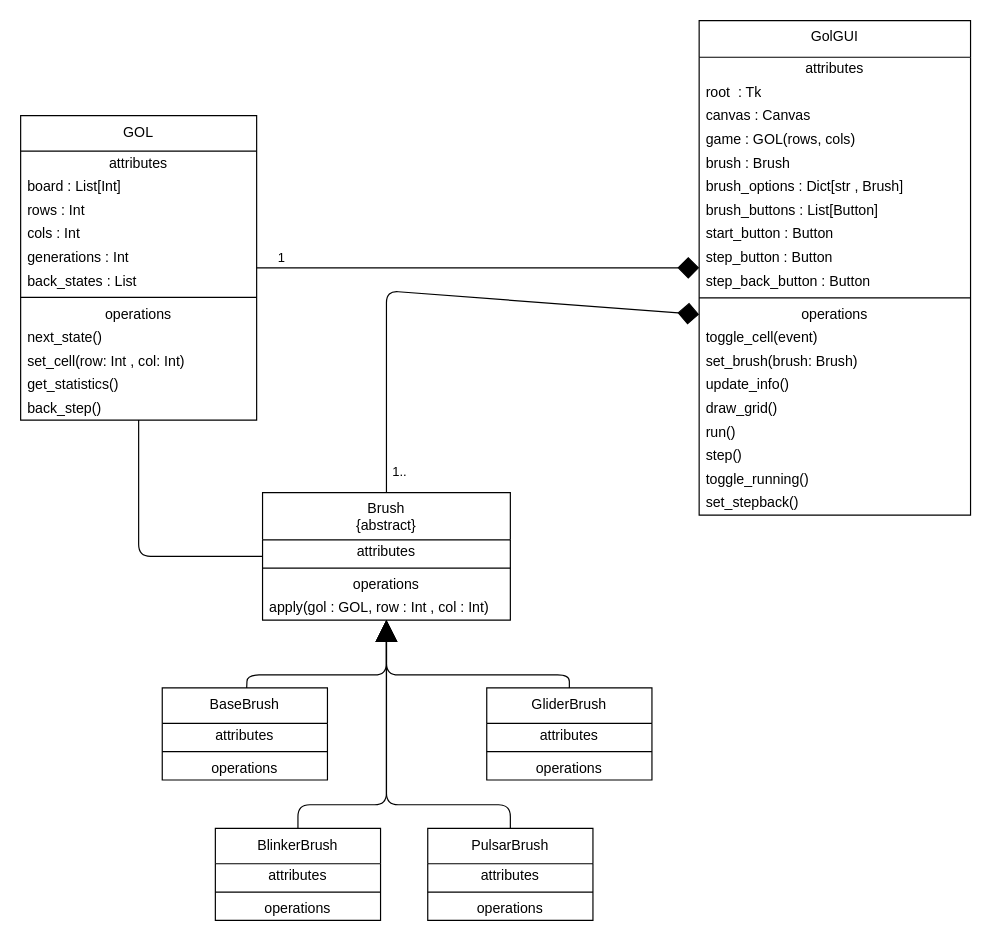
This is structure.drawio from Bence0208/Game_of_life, a draw.io file, before an edit. Source tidied: cells renumbered, new cells numbered last; positions are measured from the earlier drawing's top-left corner, leaving out a move shared by most shapes. Both pictures are drawn from the tidied source at 118%, with x=0, y=0 at pixel (20, 20).
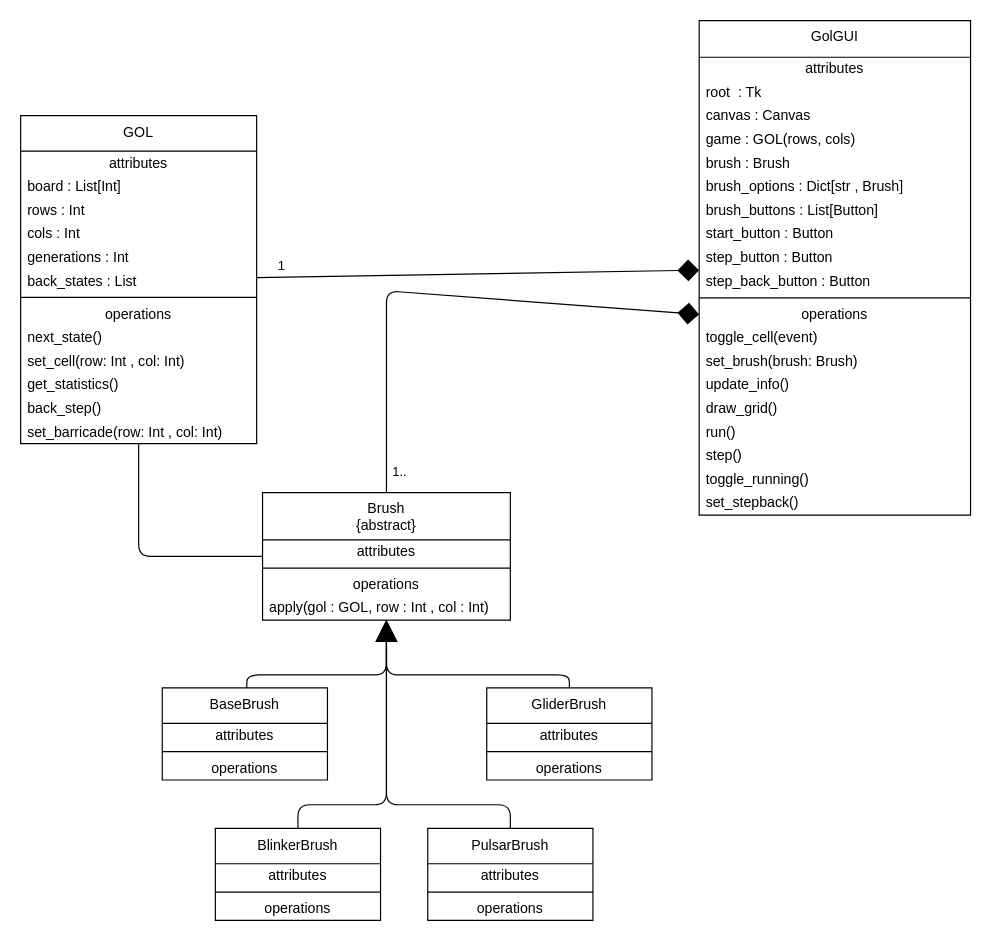
The same page after the edit.

Change to the diagram source:
```diff
@@
     <mxCell id="23" value="GOL" style="swimlane;fontStyle=0;align=center;verticalAlign=top;horizontal=1;startSize=30;html=1;whiteSpace=wrap;" parent="1" vertex="1">
-      <mxGeometry y="80.5" width="200" height="258" as="geometry" />
+      <mxGeometry y="80.5" width="200" height="278" as="geometry" />
     </mxCell>
@@
+    <mxCell id="66" value="set_barricade&lt;span style=&quot;color: rgb(0, 0, 0);&quot;&gt;(row: Int , col: Int)&lt;/span&gt;" style="text;html=1;strokeColor=none;fillColor=none;align=left;verticalAlign=middle;spacingLeft=4;spacingRight=4;overflow=hidden;whiteSpace=wrap;" parent="23" vertex="1">
+      <mxGeometry y="258" width="200" height="20" as="geometry" />
+    </mxCell>
```
